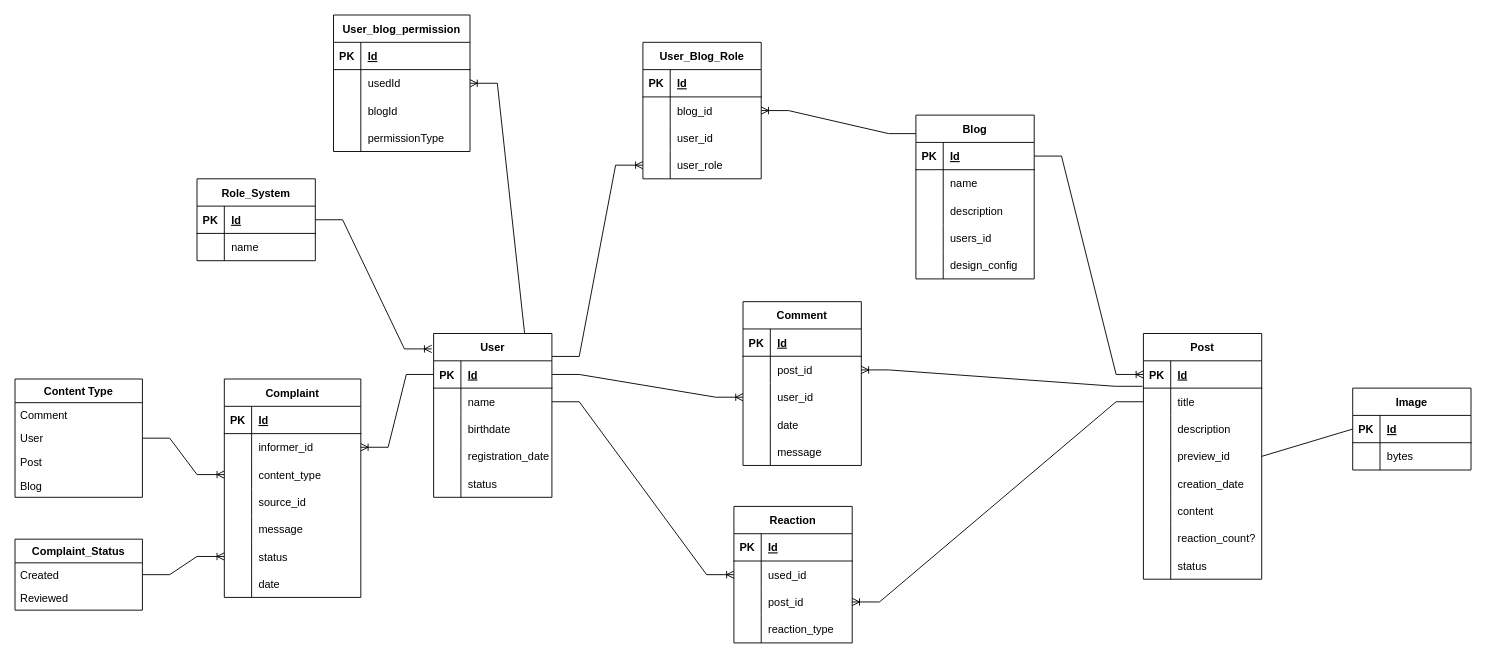
Above: docs/ER_class_diagram.drawio in javavlsu/course-work-team-69-airapetyan-igoshin (draw.io), before the change. Source tidied: cells renumbered, new cells numbered last; positions are measured from the earlier drawing's top-left corner, leaving out a move shared by most shapes. Both pictures are drawn from the tidied source at 91%, with x=0, y=0 at pixel (15, 15).
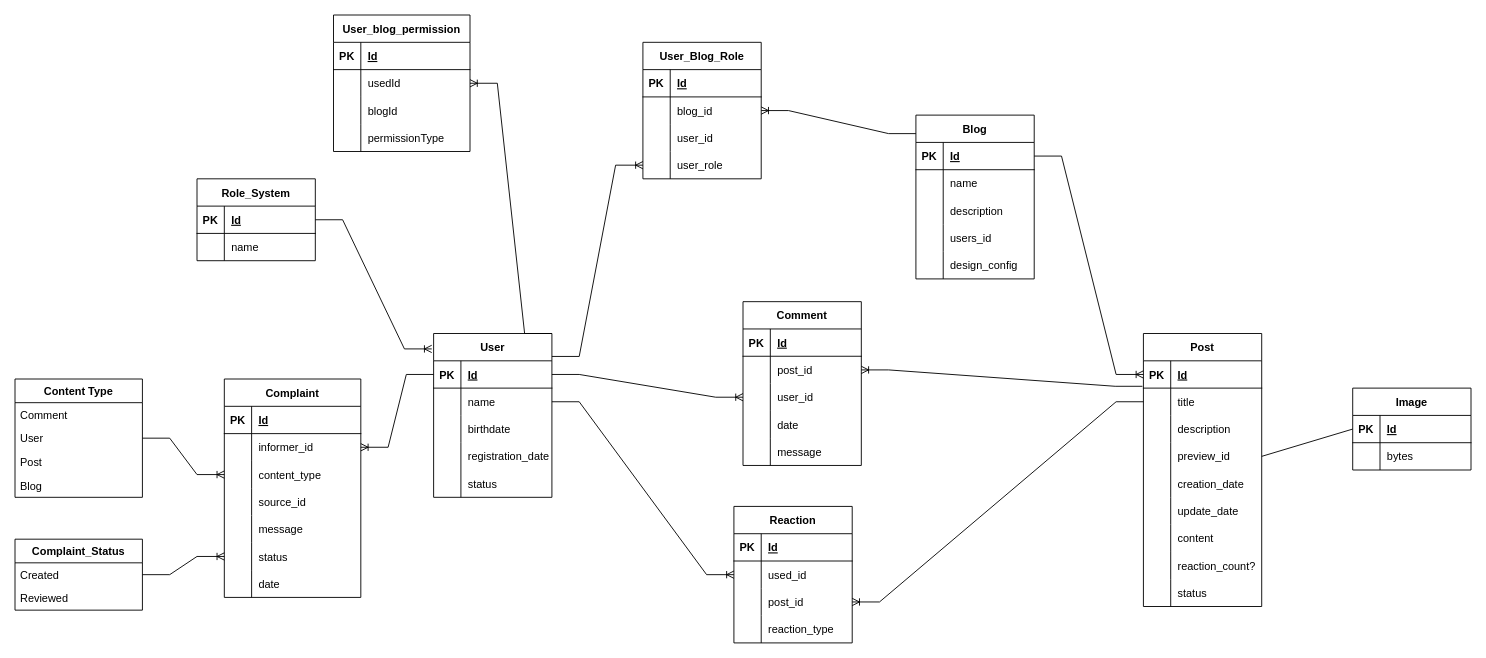
Above is the later version.

Change to the diagram source:
```diff
@@
     <mxCell id="34" value="Post" style="shape=table;startSize=30;childLayout=tableLayout;rowLines=0;fontStyle=1;align=center;" parent="1" vertex="1">
-      <mxGeometry x="1240" y="350" width="130" height="270" as="geometry" />
+      <mxGeometry x="1240" y="350" width="130" height="300" as="geometry" />
     </mxCell>
@@
+    <mxCell id="171" style="shape=tableRow;horizontal=0;startSize=0;swimlaneHead=0;swimlaneBody=0;fillColor=none;top=0;left=0;right=0;bottom=0;" parent="34" vertex="1">
+      <mxGeometry y="180" width="130" height="30" as="geometry" />
+    </mxCell>
+    <mxCell id="172" style="shape=partialRectangle;fillColor=none;top=0;left=0;bottom=0;right=0;overflow=hidden;" parent="171" vertex="1">
+      <mxGeometry width="30" height="30" as="geometry" />
+    </mxCell>
+    <mxCell id="173" value="update_date" style="shape=partialRectangle;fillColor=none;top=0;left=0;bottom=0;right=0;align=left;spacingLeft=6;overflow=hidden;" parent="171" vertex="1">
+      <mxGeometry x="30" width="100" height="30" as="geometry" />
+    </mxCell>
     <mxCell id="50" style="shape=tableRow;horizontal=0;startSize=0;swimlaneHead=0;swimlaneBody=0;fillColor=none;top=0;left=0;right=0;bottom=0;" parent="34" vertex="1">
-      <mxGeometry y="180" width="130" height="30" as="geometry" />
+      <mxGeometry y="210" width="130" height="30" as="geometry" />
     </mxCell>
@@
     <mxCell id="53" style="shape=tableRow;horizontal=0;startSize=0;swimlaneHead=0;swimlaneBody=0;fillColor=none;top=0;left=0;right=0;bottom=0;" parent="34" vertex="1">
-      <mxGeometry y="210" width="130" height="30" as="geometry" />
+      <mxGeometry y="240" width="130" height="30" as="geometry" />
     </mxCell>
@@
     <mxCell id="56" style="shape=tableRow;horizontal=0;startSize=0;swimlaneHead=0;swimlaneBody=0;fillColor=none;top=0;left=0;right=0;bottom=0;" parent="34" vertex="1">
-      <mxGeometry y="240" width="130" height="30" as="geometry" />
+      <mxGeometry y="270" width="130" height="30" as="geometry" />
     </mxCell>
```
